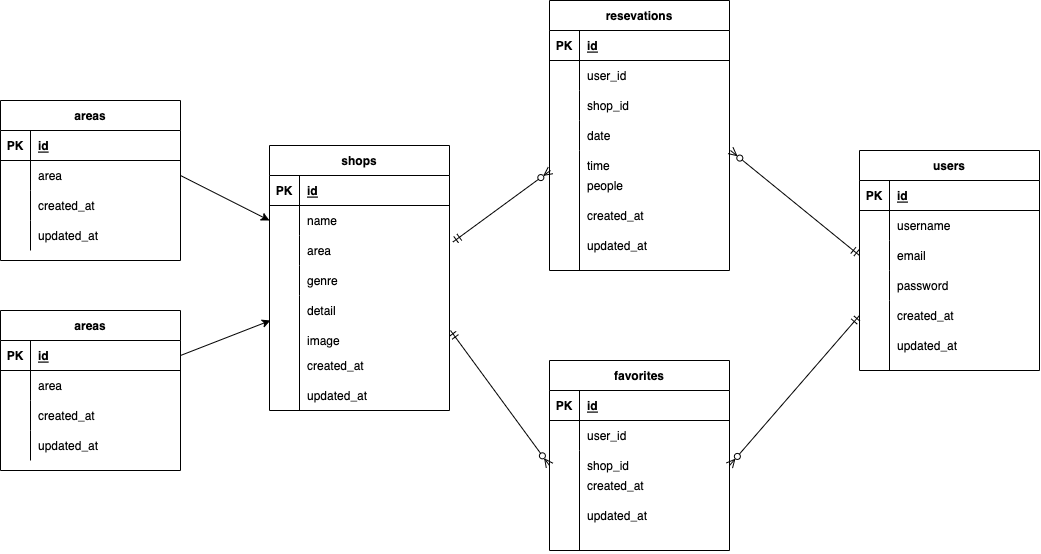
The draw.io diagram rese.drawio.png in horikent/rese, before a commit. Source tidied: cells renumbered, new cells last; positions are measured from the earlier drawing's top-left corner, leaving out a move shared by most shapes.
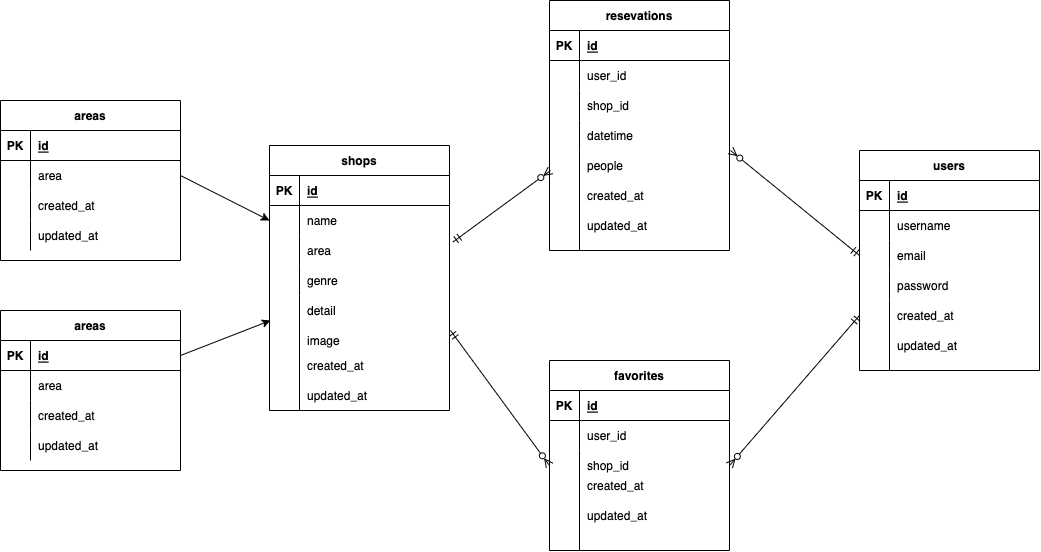
Above is the later version.

Change to the diagram source:
```diff
@@ -57,7 +57,7 @@
       </mxGeometry>
     </mxCell>
     <mxCell id="19" value="resevations" style="shape=table;startSize=30;rowLines=0;fontStyle=1;align=center;" parent="1" vertex="1">
-      <mxGeometry x="549" width="180" height="270" as="geometry" />
+      <mxGeometry x="549" width="180" height="250" as="geometry" />
     </mxCell>
     <mxCell id="20" style="shape=partialRectangle;fillColor=none;top=0;left=0;bottom=1;right=0;" parent="19" vertex="1">
       <mxGeometry y="30" width="180" height="30" as="geometry" />
@@ -92,26 +92,26 @@
     <mxCell id="30" style="shape=partialRectangle;fillColor=none;top=0;left=0;bottom=0;right=0;overflow=hidden;" parent="29" vertex="1">
       <mxGeometry width="30" height="30" as="geometry" />
     </mxCell>
-    <mxCell id="31" value="date" style="shape=partialRectangle;fillColor=none;top=0;left=0;bottom=0;right=0;align=left;spacingLeft=6;overflow=hidden;" parent="29" vertex="1">
+    <mxCell id="31" value="datetime" style="shape=partialRectangle;fillColor=none;top=0;left=0;bottom=0;right=0;align=left;spacingLeft=6;overflow=hidden;" parent="29" vertex="1">
       <mxGeometry x="30" width="150" height="30" as="geometry" />
     </mxCell>
-    <mxCell id="32" value="time" style="shape=partialRectangle;fillColor=none;top=0;left=0;bottom=0;right=0;align=left;spacingLeft=6;overflow=hidden;" parent="1" vertex="1">
+    <mxCell id="32" style="shape=partialRectangle;fillColor=none;top=0;left=0;bottom=0;right=0;align=left;spacingLeft=6;overflow=hidden;" parent="1" vertex="1">
       <mxGeometry x="579" y="150" width="150" height="30" as="geometry" />
     </mxCell>
     <mxCell id="33" value="updated_at" style="shape=partialRectangle;fillColor=none;top=0;left=0;bottom=0;right=0;align=left;spacingLeft=6;overflow=hidden;" parent="1" vertex="1">
-      <mxGeometry x="579" y="230" width="150" height="30" as="geometry" />
+      <mxGeometry x="579" y="210" width="150" height="30" as="geometry" />
     </mxCell>
     <mxCell id="34" value="created_at" style="shape=partialRectangle;fillColor=none;top=0;left=0;bottom=0;right=0;align=left;spacingLeft=6;overflow=hidden;" parent="1" vertex="1">
-      <mxGeometry x="579" y="200" width="150" height="30" as="geometry" />
+      <mxGeometry x="579" y="180" width="150" height="30" as="geometry" />
     </mxCell>
     <mxCell id="35" style="endArrow=none;html=1;rounded=0;" parent="1" edge="1">
       <mxGeometry relative="1" as="geometry">
         <mxPoint x="579" y="150" as="sourcePoint" />
-        <mxPoint x="579" y="270" as="targetPoint" />
+        <mxPoint x="579" y="250" as="targetPoint" />
       </mxGeometry>
     </mxCell>
     <mxCell id="36" value="people" style="shape=partialRectangle;fillColor=none;top=0;left=0;bottom=0;right=0;align=left;spacingLeft=6;overflow=hidden;" parent="1" vertex="1">
-      <mxGeometry x="579" y="170" width="150" height="30" as="geometry" />
+      <mxGeometry x="579" y="150" width="150" height="30" as="geometry" />
     </mxCell>
     <mxCell id="37" value="favorites" style="shape=table;startSize=30;rowLines=0;fontStyle=1;align=center;" parent="1" vertex="1">
       <mxGeometry x="549" y="360" width="180" height="190" as="geometry" />
```
